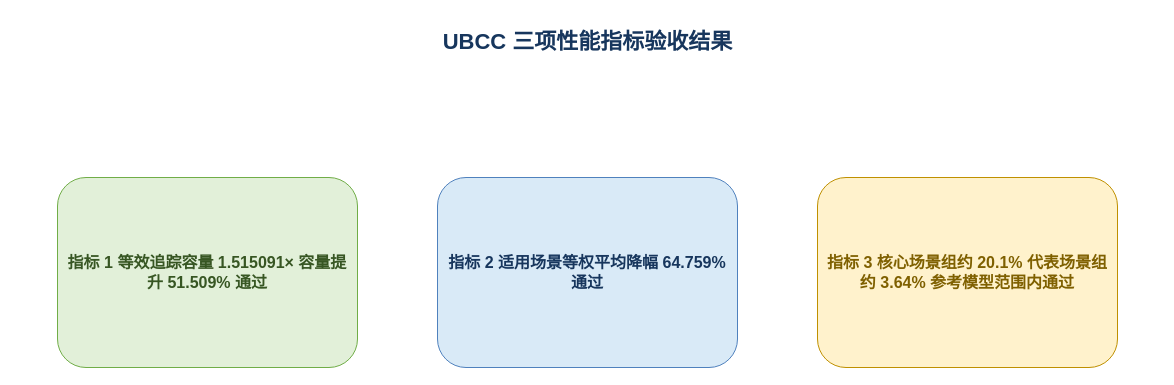
harumaki-nadeshiko/cc-data keeps this draw.io diagram as docs/design/figures/ubcc-metric-summary.drawio. Above is the earlier version. Source tidied: cells renumbered, new cells numbered last; positions are measured from the earlier drawing's top-left corner, leaving out a move shared by most shapes. Both pictures are drawn from the tidied source at 100%, with x=0, y=0 at pixel (17, 17).
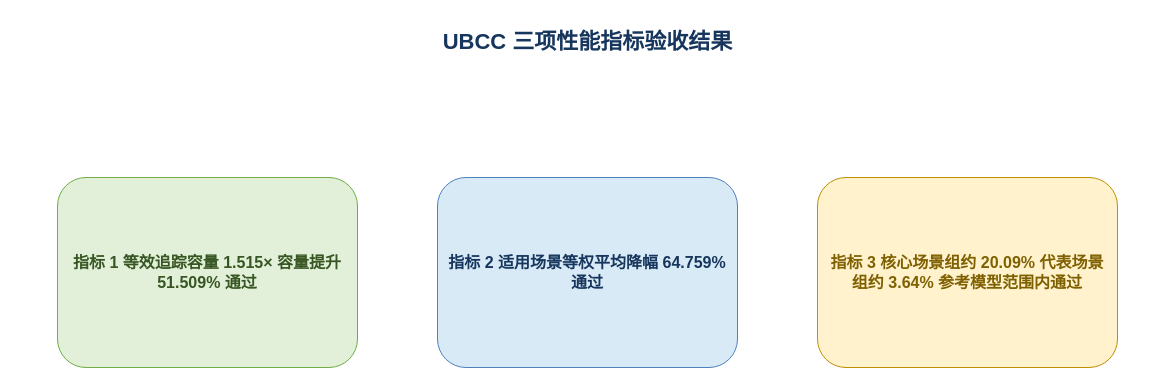
The same page after the edit.

Diff of the diagram source:
```diff
@@
 <mxGraphModel>
   <root>
     <mxCell id="0" />
     <mxCell id="1" parent="0" />
     <mxCell id="2" value="UBCC 三项性能指标验收结果" style="text;html=1;align=center;verticalAlign=middle;fontSize=22;fontStyle=1;fontColor=#17365D;" parent="1" vertex="1">
       <mxGeometry width="1140" height="50" as="geometry" />
     </mxCell>
-    <mxCell id="3" value="指标 1 等效追踪容量 1.515091× 容量提升 51.509% 通过" style="rounded=1;whiteSpace=wrap;html=1;fillColor=#E2F0D9;strokeColor=#70AD47;fontColor=#375623;fontSize=16;fontStyle=1;spacing=8;" parent="1" vertex="1">
+    <mxCell id="3" value="指标 1 等效追踪容量 1.515× 容量提升 51.509% 通过" style="rounded=1;whiteSpace=wrap;html=1;fillColor=#E2F0D9;strokeColor=#70AD47;fontColor=#375623;fontSize=16;fontStyle=1;spacing=8;" parent="1" vertex="1">
       <mxGeometry x="40" y="160" width="300" height="190" as="geometry" />
     </mxCell>
     <mxCell id="4" value="指标 2 适用场景等权平均降幅 64.759% 通过" style="rounded=1;whiteSpace=wrap;html=1;fillColor=#D9EAF7;strokeColor=#4F81BD;fontColor=#17365D;fontSize=16;fontStyle=1;spacing=8;" parent="1" vertex="1">
       <mxGeometry x="420" y="160" width="300" height="190" as="geometry" />
     </mxCell>
-    <mxCell id="5" value="指标 3 核心场景组约 20.1% 代表场景组约 3.64% 参考模型范围内通过" style="rounded=1;whiteSpace=wrap;html=1;fillColor=#FFF2CC;strokeColor=#BF9000;fontColor=#7F6000;fontSize=16;fontStyle=1;spacing=8;" parent="1" vertex="1">
+    <mxCell id="5" value="指标 3 核心场景组约 20.09% 代表场景组约 3.64% 参考模型范围内通过" style="rounded=1;whiteSpace=wrap;html=1;fillColor=#FFF2CC;strokeColor=#BF9000;fontColor=#7F6000;fontSize=16;fontStyle=1;spacing=8;" parent="1" vertex="1">
       <mxGeometry x="800" y="160" width="300" height="190" as="geometry" />
     </mxCell>
   </root>
 </mxGraphModel>
```
